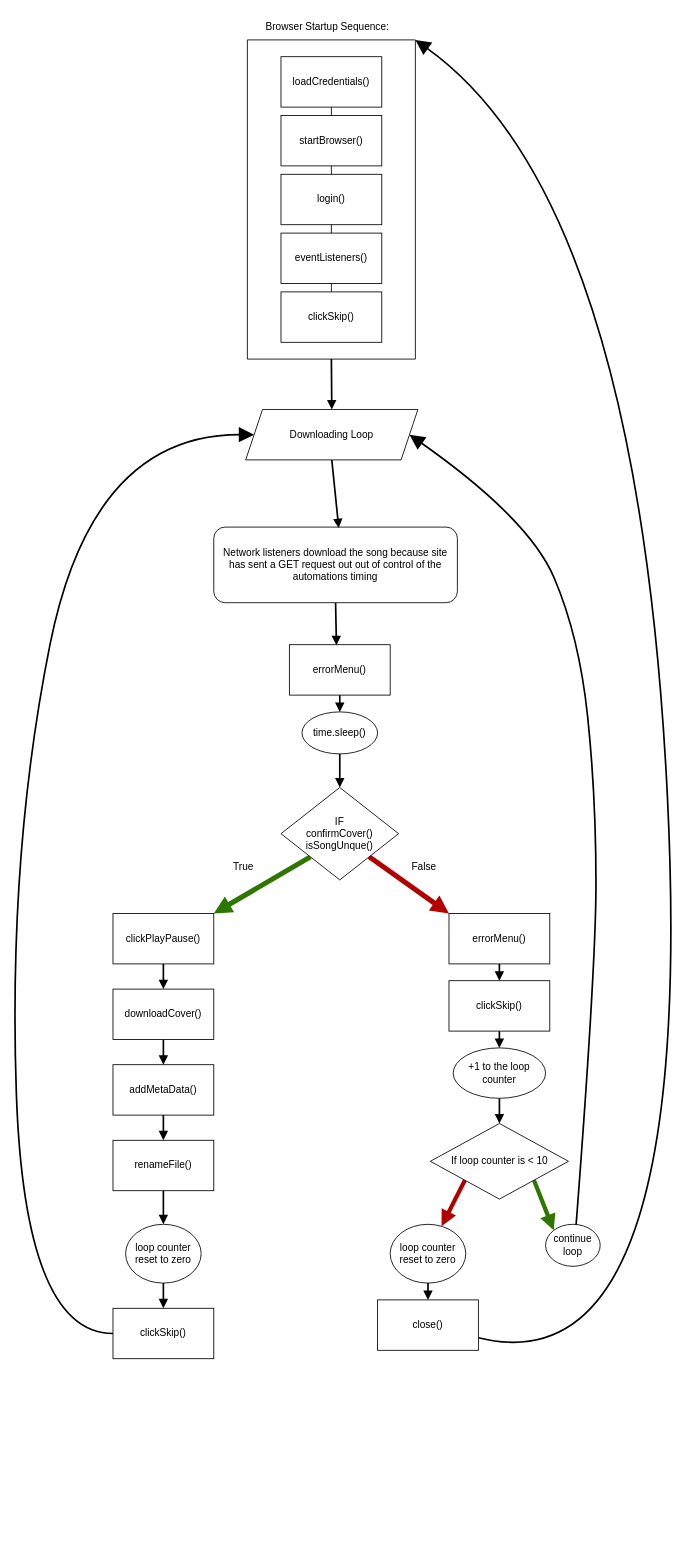
Earlier version of the draw.io diagram documents/downloader-workflow.drawio (mitchellkolb/pi-music-player). Source tidied: cells renumbered, new cells numbered last; positions are measured from the earlier drawing's top-left corner, leaving out a move shared by most shapes. Both pictures are drawn from the tidied source at 84%, with x=0, y=0 at pixel (8, 14).
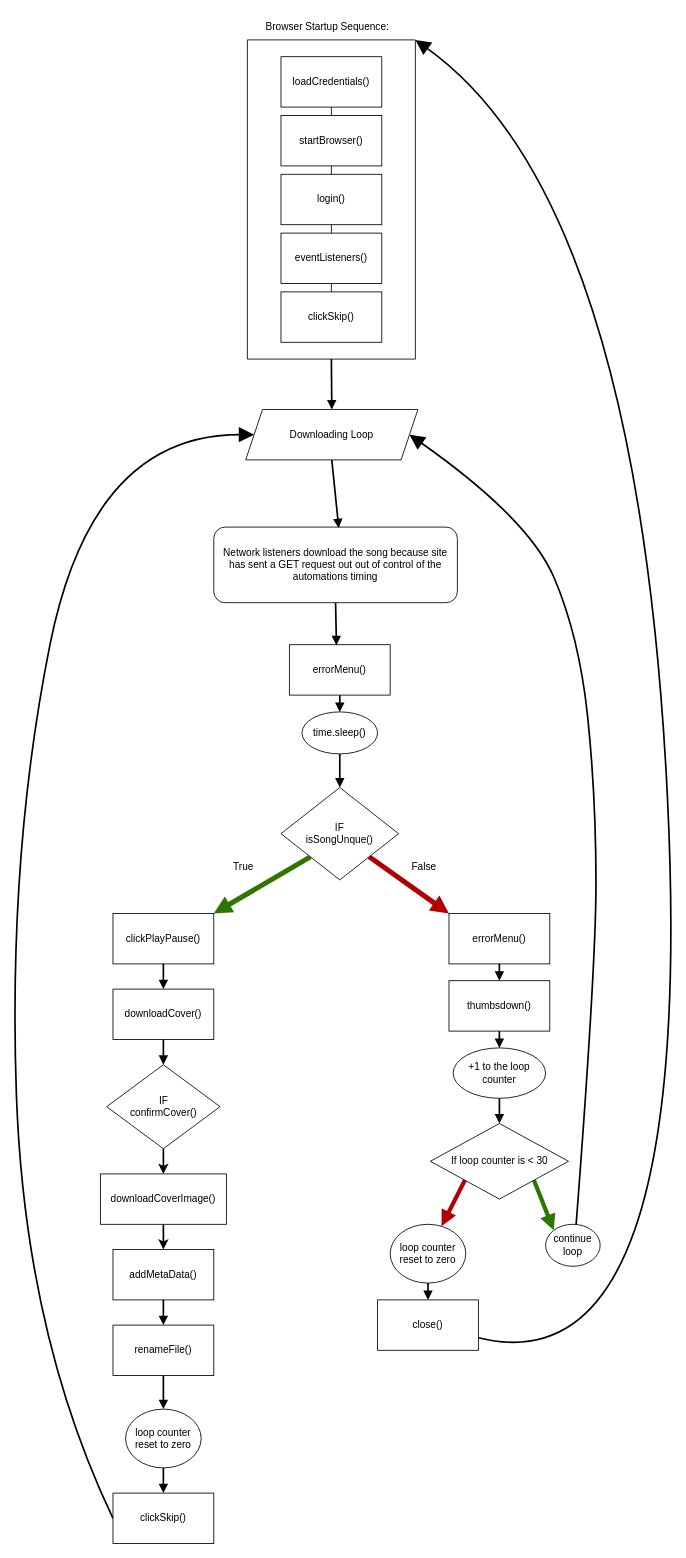
The same diagram, later.

Commit message:
Updated downloader workflow diagram for documentation

Unchanged cells that the change refers to:
```xml
<mxCell id="7" value="downloadCover()" style="whiteSpace=wrap;html=1;" parent="1" vertex="1">
  <mxGeometry x="125" y="1160" width="120" height="60" as="geometry" />
</mxCell>
```

Change to the diagram source:
```diff
@@
-    <mxCell id="6" style="edgeStyle=none;curved=1;html=1;exitX=0.5;exitY=1;exitDx=0;exitDy=0;entryX=0.5;entryY=0;entryDx=0;entryDy=0;strokeColor=default;strokeWidth=2;endArrow=block;endFill=1;endSize=6;" parent="1" edge="1" source="7" target="9">
+    <mxCell id="6" style="edgeStyle=none;curved=1;html=1;exitX=0.5;exitY=1;exitDx=0;exitDy=0;entryX=0.5;entryY=0;entryDx=0;entryDy=0;strokeColor=default;strokeWidth=2;endArrow=block;endFill=1;endSize=6;" parent="1" edge="1" source="7" target="55">
       <mxGeometry relative="1" as="geometry" />
     </mxCell>
@@
     <mxCell id="9" value="addMetaData()" style="whiteSpace=wrap;html=1;" parent="1" vertex="1">
-      <mxGeometry x="125" y="1250" width="120" height="60" as="geometry" />
+      <mxGeometry x="125" y="1470" width="120" height="60" as="geometry" />
     </mxCell>
@@
     <mxCell id="11" value="renameFile()" style="whiteSpace=wrap;html=1;" parent="1" vertex="1">
-      <mxGeometry x="125" y="1340" width="120" height="60" as="geometry" />
+      <mxGeometry x="125" y="1560" width="120" height="60" as="geometry" />
     </mxCell>
@@
-    <mxCell id="18" value="IF&lt;br&gt;confirmCover()&lt;br&gt;isSongUnque()" style="rhombus;whiteSpace=wrap;html=1;" parent="1" vertex="1">
+    <mxCell id="18" value="IF&lt;br&gt;isSongUnque()" style="rhombus;whiteSpace=wrap;html=1;" parent="1" vertex="1">
       <mxGeometry x="325" y="920" width="140" height="110" as="geometry" />
     </mxCell>
@@
-    <mxCell id="34" value="clickSkip()" style="whiteSpace=wrap;html=1;" parent="1" vertex="1">
+    <mxCell id="34" value="thumbsdown()" style="whiteSpace=wrap;html=1;" parent="1" vertex="1">
       <mxGeometry x="525" y="1150" width="120" height="60" as="geometry" />
     </mxCell>
@@
-    <mxCell id="47" value="If loop counter is &amp;lt; 10" style="rhombus;whiteSpace=wrap;html=1;" parent="1" vertex="1">
+    <mxCell id="47" value="If loop counter is &amp;lt; 30" style="rhombus;whiteSpace=wrap;html=1;" parent="1" vertex="1">
       <mxGeometry x="502.8" y="1320" width="164.5" height="90" as="geometry" />
     </mxCell>
@@
     <mxCell id="49" value="loop counter reset to zero" style="ellipse;whiteSpace=wrap;html=1;" parent="1" vertex="1">
-      <mxGeometry x="140" y="1440" width="90" height="70" as="geometry" />
+      <mxGeometry x="140" y="1660" width="90" height="70" as="geometry" />
     </mxCell>
@@
     <mxCell id="53" value="clickSkip()" style="whiteSpace=wrap;html=1;" parent="1" vertex="1">
-      <mxGeometry x="125" y="1540" width="120" height="60" as="geometry" />
+      <mxGeometry x="125" y="1760" width="120" height="60" as="geometry" />
     </mxCell>
+    <mxCell id="54" style="edgeStyle=none;html=1;strokeWidth=2;" parent="1" edge="1" source="55" target="57">
+      <mxGeometry relative="1" as="geometry" />
+    </mxCell>
+    <mxCell id="55" value="IF&lt;br&gt;confirmCover()" style="rhombus;whiteSpace=wrap;html=1;" parent="1" vertex="1">
+      <mxGeometry x="117.5" y="1250" width="135" height="100" as="geometry" />
+    </mxCell>
+    <mxCell id="56" style="edgeStyle=none;html=1;exitX=0.5;exitY=1;exitDx=0;exitDy=0;entryX=0.5;entryY=0;entryDx=0;entryDy=0;strokeWidth=2;" parent="1" edge="1" source="57" target="9">
+      <mxGeometry relative="1" as="geometry" />
+    </mxCell>
+    <mxCell id="57" value="downloadCoverImage()" style="rounded=0;whiteSpace=wrap;html=1;" parent="1" vertex="1">
+      <mxGeometry x="110" y="1380" width="150" height="60" as="geometry" />
+    </mxCell>
```
